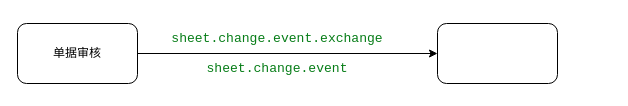
The draw.io diagram 云帆单据审核消息处理流程.drawio in dingzeng/Files, before the edit. Source tidied: cells renumbered, new cells numbered last; positions are measured from the earlier drawing's top-left corner, leaving out a move shared by most shapes. Both pictures are drawn from the tidied source at 100%, with x=0, y=0 at pixel (17, 23).
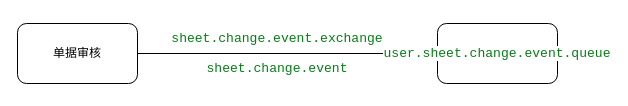
After the change.

Commit message (it also covers changes not shown here):
更新云帆单据审核消息处理流程.drawio

Diff of the diagram source:
```diff
@@
 <mxGraphModel>
   <root>
     <mxCell id="0" />
     <mxCell id="1" parent="0" />
     <mxCell id="2" style="edgeStyle=orthogonalEdgeStyle;rounded=0;jettySize=auto;html=1;" parent="1" edge="1" source="3" target="4">
       <mxGeometry relative="1" as="geometry" />
     </mxCell>
     <mxCell id="3" value="单据审核" style="rounded=1;whiteSpace=wrap;html=1;" parent="1" vertex="1">
       <mxGeometry width="120" height="60" as="geometry" />
     </mxCell>
-    <mxCell id="4" style="whiteSpace=wrap;html=1;rounded=1;" parent="1" vertex="1">
+    <mxCell id="4" value="&lt;div style=&quot;background-color:#ffffff;color:#080808&quot;&gt;&lt;pre style=&quot;font-family:'JetBrains Mono',monospace;font-size:9.8pt;&quot;&gt;&lt;span style=&quot;color:#067d17;&quot;&gt;user.sheet.change.event.queue&lt;/span&gt;&lt;/pre&gt;&lt;/div&gt;" style="whiteSpace=wrap;html=1;rounded=1;" parent="1" vertex="1">
       <mxGeometry x="420" width="120" height="60" as="geometry" />
     </mxCell>
     <mxCell id="5" value="&lt;div style=&quot;background-color: rgb(255, 255, 255); color: rgb(8, 8, 8);&quot;&gt;&lt;pre style=&quot;font-family:'JetBrains Mono',monospace;font-size:9.8pt;&quot;&gt;&lt;div&gt;&lt;pre style=&quot;font-family:'JetBrains Mono',monospace;font-size:9.8pt;&quot;&gt;&lt;span style=&quot;color:#067d17;&quot;&gt;sheet.change.event.exchange&lt;/span&gt;&lt;/pre&gt;&lt;/div&gt;&lt;/pre&gt;&lt;/div&gt;" style="text;html=1;whiteSpace=wrap;strokeColor=none;fillColor=none;align=center;verticalAlign=middle;rounded=0;" parent="1" vertex="1">
       <mxGeometry x="230" width="60" height="30" as="geometry" />
     </mxCell>
     <mxCell id="6" value="&lt;div style=&quot;background-color:#ffffff;color:#080808&quot;&gt;&lt;pre style=&quot;font-family:'JetBrains Mono',monospace;font-size:9.8pt;&quot;&gt;&lt;span style=&quot;color:#067d17;&quot;&gt;sheet.change.event&lt;/span&gt;&lt;/pre&gt;&lt;/div&gt;" style="text;html=1;whiteSpace=wrap;strokeColor=none;fillColor=none;align=center;verticalAlign=middle;rounded=0;" parent="1" vertex="1">
       <mxGeometry x="230" y="30" width="60" height="30" as="geometry" />
     </mxCell>
   </root>
 </mxGraphModel>
```
